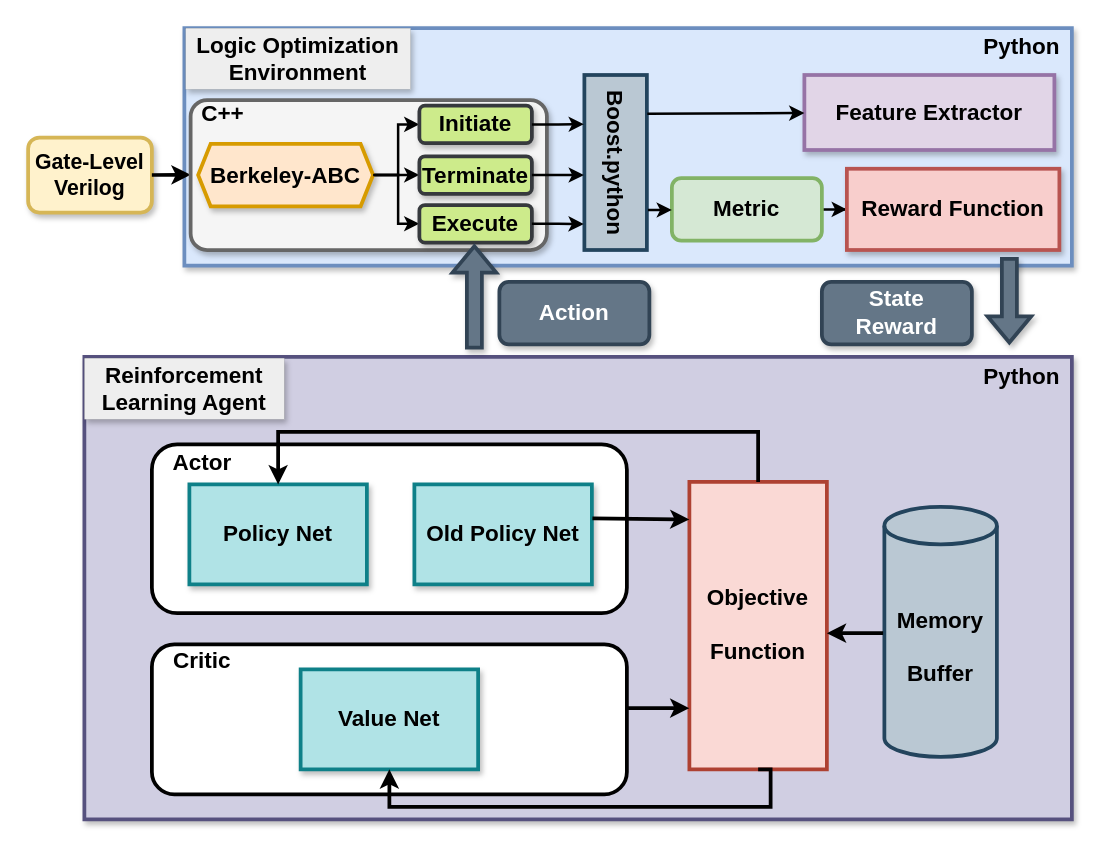
Above: learningframework.drawio in kxzhu0505/LogicSynOpt (draw.io), before the change. Source tidied: cells renumbered, new cells numbered last; positions are measured from the earlier drawing's top-left corner, leaving out a move shared by most shapes. Both pictures are drawn from the tidied source at 125%, with x=0, y=0 at pixel (28, 28).
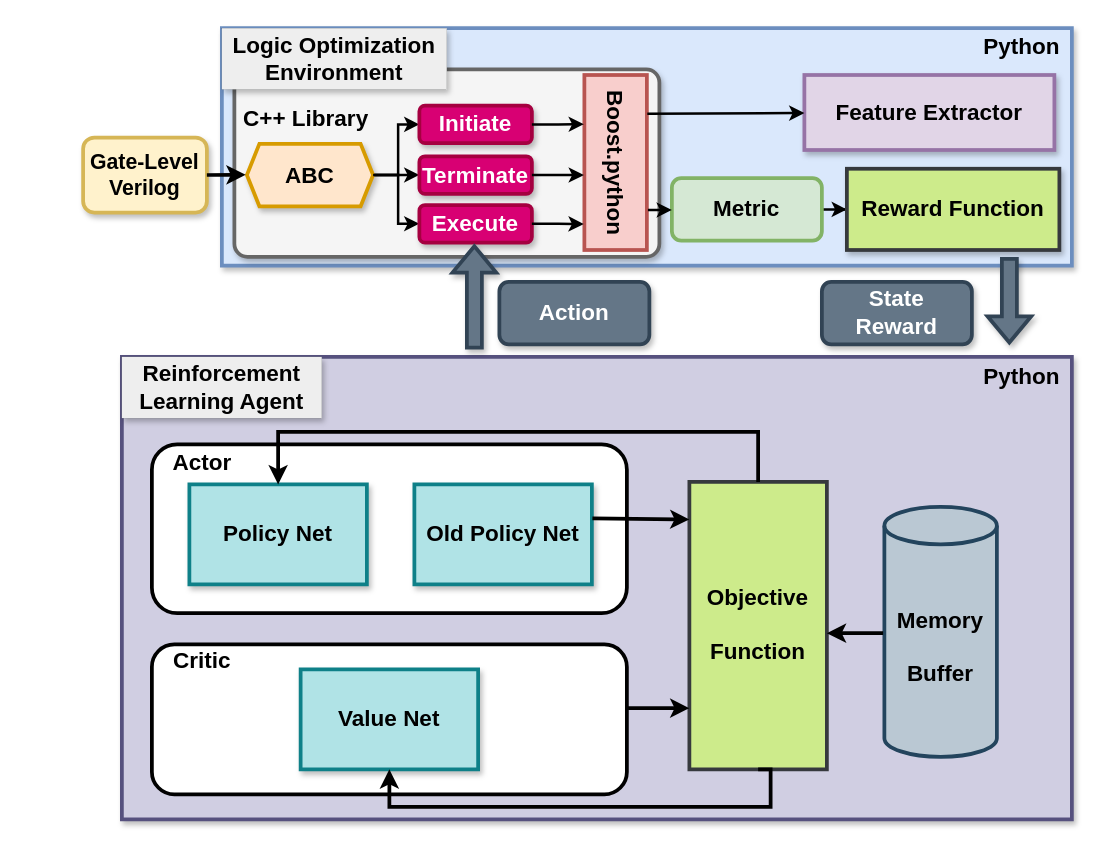
The same diagram, later.

Change to the diagram source:
```diff
@@
     <mxCell id="2" value="&lt;b style=&quot;font-size: 17px;&quot;&gt;&lt;font style=&quot;font-size: 17px;&quot;&gt;Gate-&lt;/font&gt;&lt;/b&gt;&lt;b style=&quot;font-size: 17px; background-color: initial;&quot;&gt;Level&lt;/b&gt;&lt;div style=&quot;font-size: 17px;&quot;&gt;&lt;div&gt;&lt;b&gt;&lt;font style=&quot;font-size: 17px;&quot;&gt;Verilog&lt;/font&gt;&lt;/b&gt;&lt;/div&gt;&lt;/div&gt;" style="rounded=1;whiteSpace=wrap;html=1;fillColor=#fff2cc;strokeColor=#d6b656;strokeWidth=3;shadow=1;" parent="1" vertex="1">
-      <mxGeometry y="87.5" width="99" height="60" as="geometry" />
+      <mxGeometry x="44" y="87.5" width="99" height="60" as="geometry" />
     </mxCell>
     <mxCell id="3" style="rounded=0;whiteSpace=wrap;html=1;fillColor=#dae8fc;strokeColor=#6c8ebf;strokeWidth=3;shadow=1;" parent="1" vertex="1">
-      <mxGeometry x="125" width="710" height="190" as="geometry" />
+      <mxGeometry x="155" width="680" height="190" as="geometry" />
     </mxCell>
@@
-    <mxCell id="7" value="&lt;b style=&quot;&quot;&gt;&lt;font style=&quot;font-size: 18px;&quot;&gt;Reward Function&lt;/font&gt;&lt;/b&gt;" style="rounded=0;whiteSpace=wrap;html=1;fillColor=#f8cecc;strokeColor=#b85450;strokeWidth=3;shadow=1;" parent="1" vertex="1">
+    <mxCell id="7" value="&lt;b style=&quot;&quot;&gt;&lt;font style=&quot;font-size: 18px;&quot;&gt;Reward Function&lt;/font&gt;&lt;/b&gt;" style="rounded=0;whiteSpace=wrap;html=1;fillColor=#cdeb8b;strokeColor=#36393d;strokeWidth=3;shadow=1;" parent="1" vertex="1">
       <mxGeometry x="655" y="112.5" width="170" height="65" as="geometry" />
     </mxCell>
-    <mxCell id="8" style="endArrow=classic;html=1;rounded=0;strokeWidth=3;entryX=-0.004;entryY=0.225;entryDx=0;entryDy=0;entryPerimeter=0;exitX=1;exitY=0.5;exitDx=0;exitDy=0;" parent="1" edge="1" source="2">
-      <mxGeometry relative="1" as="geometry">
-        <mxPoint x="130" y="117.4" as="targetPoint" />
-      </mxGeometry>
-    </mxCell>
@@
     <mxCell id="12" style="rounded=0;whiteSpace=wrap;html=1;fillColor=#d0cee2;strokeColor=#56517e;strokeWidth=3;shadow=1;" parent="1" vertex="1">
-      <mxGeometry x="45" y="263" width="790" height="370" as="geometry" />
+      <mxGeometry x="75" y="263" width="760" height="370" as="geometry" />
     </mxCell>
     <mxCell id="13" value="&lt;font size=&quot;1&quot; style=&quot;&quot;&gt;&lt;b style=&quot;font-size: 18px;&quot;&gt;Reinforcement Learning Agent&lt;/b&gt;&lt;/font&gt;" style="text;html=1;align=center;verticalAlign=middle;whiteSpace=wrap;rounded=0;fillColor=#eeeeee;strokeColor=#36393d;strokeWidth=0;shadow=1;" parent="1" vertex="1">
-      <mxGeometry x="45" y="264" width="160" height="49" as="geometry" />
+      <mxGeometry x="75" y="263" width="160" height="49" as="geometry" />
     </mxCell>
@@
-    <mxCell id="17" value="&lt;font style=&quot;font-size: 18px;&quot;&gt;&lt;b&gt;Objective&lt;/b&gt;&lt;/font&gt;&lt;div style=&quot;font-size: 18px;&quot;&gt;&lt;font style=&quot;font-size: 18px;&quot;&gt;&lt;b&gt;&lt;br&gt;&lt;/b&gt;&lt;/font&gt;&lt;/div&gt;&lt;div style=&quot;font-size: 18px;&quot;&gt;&lt;font style=&quot;font-size: 18px;&quot;&gt;&lt;b&gt;Function&lt;/b&gt;&lt;/font&gt;&lt;/div&gt;" style="rounded=0;whiteSpace=wrap;html=1;fillColor=#fad9d5;strokeColor=#ae4132;strokeWidth=3;" parent="1" vertex="1">
+    <mxCell id="17" value="&lt;font style=&quot;font-size: 18px;&quot;&gt;&lt;b&gt;Objective&lt;/b&gt;&lt;/font&gt;&lt;div style=&quot;font-size: 18px;&quot;&gt;&lt;font style=&quot;font-size: 18px;&quot;&gt;&lt;b&gt;&lt;br&gt;&lt;/b&gt;&lt;/font&gt;&lt;/div&gt;&lt;div style=&quot;font-size: 18px;&quot;&gt;&lt;font style=&quot;font-size: 18px;&quot;&gt;&lt;b&gt;Function&lt;/b&gt;&lt;/font&gt;&lt;/div&gt;" style="rounded=0;whiteSpace=wrap;html=1;fillColor=#cdeb8b;strokeColor=#36393d;strokeWidth=3;" parent="1" vertex="1">
       <mxGeometry x="529" y="363" width="110" height="230" as="geometry" />
     </mxCell>
@@
-    <mxCell id="28" style="rounded=1;whiteSpace=wrap;html=1;fillColor=#f5f5f5;fontColor=#333333;strokeColor=#666666;strokeWidth=3;shadow=1;arcSize=11;" parent="1" vertex="1">
-      <mxGeometry x="130" y="57.5" width="285" height="120" as="geometry" />
+    <mxCell id="28" style="rounded=1;whiteSpace=wrap;html=1;fillColor=#f5f5f5;fontColor=#333333;strokeColor=#666666;strokeWidth=3;shadow=1;arcSize=7;" parent="1" vertex="1">
+      <mxGeometry x="165" y="33" width="340" height="150" as="geometry" />
     </mxCell>
     <mxCell id="29" value="&lt;b style=&quot;font-size: 18px;&quot;&gt;Logic Optimization&lt;/b&gt;&lt;div&gt;&lt;font size=&quot;1&quot;&gt;&lt;b style=&quot;font-size: 18px;&quot;&gt;Environment&lt;/b&gt;&lt;/font&gt;&lt;/div&gt;" style="text;html=1;align=center;verticalAlign=middle;whiteSpace=wrap;rounded=0;fillColor=#eeeeee;strokeColor=#36393d;strokeWidth=0;shadow=1;" parent="1" vertex="1">
-      <mxGeometry x="126" width="180" height="49" as="geometry" />
+      <mxGeometry x="155" width="180" height="49" as="geometry" />
     </mxCell>
@@
-    <mxCell id="32" value="&lt;span style=&quot;font-size: 18px;&quot;&gt;&lt;b&gt;Berkeley-ABC&lt;/b&gt;&lt;/span&gt;" style="shape=hexagon;perimeter=hexagonPerimeter2;whiteSpace=wrap;html=1;fixedSize=1;fillColor=#ffe6cc;strokeColor=#d79b00;strokeWidth=3;shadow=1;rounded=0;size=10;" parent="1" vertex="1">
-      <mxGeometry x="136" y="92.5" width="140" height="50" as="geometry" />
+    <mxCell id="32" value="&lt;span style=&quot;font-size: 18px;&quot;&gt;&lt;b&gt;ABC&lt;/b&gt;&lt;/span&gt;" style="shape=hexagon;perimeter=hexagonPerimeter2;whiteSpace=wrap;html=1;fixedSize=1;fillColor=#ffe6cc;strokeColor=#d79b00;strokeWidth=3;shadow=1;rounded=0;size=10;" parent="1" vertex="1">
+      <mxGeometry x="175" y="92.5" width="101" height="50" as="geometry" />
     </mxCell>
-    <mxCell id="33" value="&lt;font style=&quot;font-size: 18px;&quot;&gt;&lt;b&gt;C++&lt;/b&gt;&lt;/font&gt;" style="text;html=1;align=center;verticalAlign=middle;whiteSpace=wrap;rounded=0;" parent="1" vertex="1">
-      <mxGeometry x="126" y="54" width="60" height="30" as="geometry" />
+    <mxCell id="33" value="&lt;font style=&quot;font-size: 18px;&quot;&gt;&lt;b&gt;C++ Library&lt;/b&gt;&lt;/font&gt;" style="text;html=1;align=center;verticalAlign=middle;whiteSpace=wrap;rounded=0;" parent="1" vertex="1">
+      <mxGeometry x="170" y="57.5" width="105" height="30" as="geometry" />
     </mxCell>
@@
-    <mxCell id="35" style="group;" parent="1" vertex="1">
+    <mxCell id="35" style="group;fillColor=#f8cecc;strokeColor=#b85450;" parent="1" vertex="1">
       <mxGeometry x="445" y="37.5" width="50" height="140" as="geometry" />
     </mxCell>
-    <mxCell id="36" value="&lt;div style=&quot;&quot;&gt;&lt;br&gt;&lt;/div&gt;" style="rounded=0;whiteSpace=wrap;html=1;fillColor=#bac8d3;strokeColor=#23445d;strokeWidth=3;align=center;" parent="35" vertex="1">
+    <mxCell id="36" value="&lt;div style=&quot;&quot;&gt;&lt;br&gt;&lt;/div&gt;" style="rounded=0;whiteSpace=wrap;html=1;fillColor=#f8cecc;strokeColor=#b85450;strokeWidth=3;align=center;" parent="35" vertex="1">
       <mxGeometry width="50" height="140" as="geometry" />
     </mxCell>
@@
-    <mxCell id="39" value="&lt;b style=&quot;font-size: 18px;&quot;&gt;Initiate&lt;/b&gt;" style="rounded=1;whiteSpace=wrap;html=1;fillColor=#cdeb8b;strokeColor=#36393d;strokeWidth=3;shadow=1;" parent="1" vertex="1">
+    <mxCell id="39" value="&lt;b style=&quot;font-size: 18px;&quot;&gt;Initiate&lt;/b&gt;" style="rounded=1;whiteSpace=wrap;html=1;fillColor=#d80073;strokeColor=#A50040;strokeWidth=3;shadow=1;fontColor=#ffffff;" parent="1" vertex="1">
       <mxGeometry x="313" y="62" width="90" height="30" as="geometry" />
     </mxCell>
-    <mxCell id="40" value="&lt;b style=&quot;font-size: 18px;&quot;&gt;Terminate&lt;/b&gt;" style="rounded=1;whiteSpace=wrap;html=1;fillColor=#cdeb8b;strokeColor=#36393d;strokeWidth=3;shadow=1;" parent="1" vertex="1">
+    <mxCell id="40" value="&lt;b style=&quot;font-size: 18px;&quot;&gt;Terminate&lt;/b&gt;" style="rounded=1;whiteSpace=wrap;html=1;fillColor=#d80073;strokeColor=#A50040;strokeWidth=3;shadow=1;fontColor=#ffffff;" parent="1" vertex="1">
       <mxGeometry x="313" y="102.5" width="90" height="30" as="geometry" />
     </mxCell>
-    <mxCell id="41" value="&lt;b style=&quot;font-size: 18px;&quot;&gt;Execute&lt;/b&gt;" style="rounded=1;whiteSpace=wrap;html=1;fillColor=#cdeb8b;strokeColor=#36393d;strokeWidth=3;shadow=1;" parent="1" vertex="1">
+    <mxCell id="41" value="&lt;b style=&quot;font-size: 18px;&quot;&gt;Execute&lt;/b&gt;" style="rounded=1;whiteSpace=wrap;html=1;fillColor=#d80073;strokeColor=#A50040;strokeWidth=3;shadow=1;fontColor=#ffffff;" parent="1" vertex="1">
       <mxGeometry x="313" y="141.5" width="90" height="30" as="geometry" />
     </mxCell>
@@
+    <mxCell id="8" style="endArrow=classic;html=1;rounded=0;strokeWidth=3;entryX=-0.004;entryY=0.225;entryDx=0;entryDy=0;entryPerimeter=0;exitX=1;exitY=0.5;exitDx=0;exitDy=0;" parent="1" edge="1" source="2">
+      <mxGeometry relative="1" as="geometry">
+        <mxPoint x="174" y="117.4" as="targetPoint" />
+      </mxGeometry>
+    </mxCell>
```
